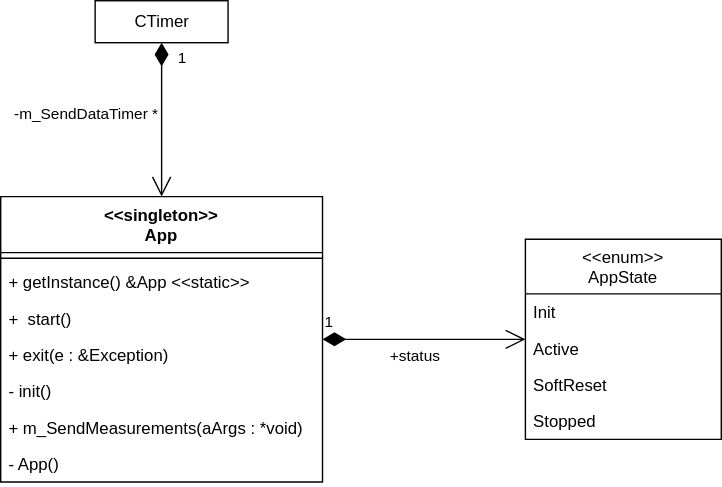
This is uml/app.drawio.svg from SenseBoxTI/FirmwareDesign, a draw.io export, as it was before one commit. Source tidied: cells renumbered, new cells last; positions are measured from the earlier drawing's top-left corner, leaving out a move shared by most shapes. Source of this version:
```xml
<mxGraphModel>
  <root>
    <mxCell id="0" />
    <mxCell id="1" parent="0" />
    <mxCell id="2" value="&lt;&lt;singleton&gt;&gt;&#10;App" style="swimlane;fontStyle=1;align=center;verticalAlign=top;horizontal=1;startSize=40;" parent="1" vertex="1">
      <mxGeometry y="140" width="230" height="204" as="geometry" />
    </mxCell>
    <mxCell id="3" style="line;strokeWidth=1;fillColor=none;align=left;verticalAlign=middle;spacingTop=-1;spacingLeft=3;spacingRight=3;labelPosition=right;" parent="2" vertex="1">
      <mxGeometry y="40" width="230" height="8" as="geometry" />
    </mxCell>
    <mxCell id="4" value="+ getInstance() &amp;App &lt;&lt;static&gt;&gt;" style="text;strokeColor=none;fillColor=none;align=left;verticalAlign=top;spacingLeft=4;spacingRight=4;overflow=hidden;" parent="2" vertex="1">
      <mxGeometry y="48" width="230" height="26" as="geometry" />
    </mxCell>
    <mxCell id="5" value="+  start()" style="text;strokeColor=none;fillColor=none;align=left;verticalAlign=top;spacingLeft=4;spacingRight=4;overflow=hidden;" parent="2" vertex="1">
      <mxGeometry y="74" width="230" height="26" as="geometry" />
    </mxCell>
    <mxCell id="6" value="+ exit(e : &amp;Exception)" style="text;strokeColor=none;fillColor=none;align=left;verticalAlign=top;spacingLeft=4;spacingRight=4;overflow=hidden;" parent="2" vertex="1">
      <mxGeometry y="100" width="230" height="26" as="geometry" />
    </mxCell>
    <mxCell id="7" value="- init()" style="text;strokeColor=none;fillColor=none;align=left;verticalAlign=top;spacingLeft=4;spacingRight=4;overflow=hidden;" parent="2" vertex="1">
      <mxGeometry y="126" width="230" height="26" as="geometry" />
    </mxCell>
    <mxCell id="8" value="+ m_SendMeasurements(aArgs : *void)" style="text;strokeColor=none;fillColor=none;align=left;verticalAlign=top;spacingLeft=4;spacingRight=4;overflow=hidden;" parent="2" vertex="1">
      <mxGeometry y="152" width="230" height="26" as="geometry" />
    </mxCell>
    <mxCell id="9" value="- App()" style="text;strokeColor=none;fillColor=none;align=left;verticalAlign=top;spacingLeft=4;spacingRight=4;overflow=hidden;" parent="2" vertex="1">
      <mxGeometry y="178" width="230" height="26" as="geometry" />
    </mxCell>
    <mxCell id="10" value="&lt;&lt;enum&gt;&gt;&#10;AppState" style="swimlane;fontStyle=0;horizontal=1;startSize=39;fillColor=none;" parent="1" vertex="1">
      <mxGeometry x="375" y="170.5" width="140" height="143" as="geometry" />
    </mxCell>
    <mxCell id="11" value="Init" style="text;strokeColor=none;fillColor=none;align=left;verticalAlign=top;spacingLeft=4;spacingRight=4;overflow=hidden;" parent="10" vertex="1">
      <mxGeometry y="39" width="140" height="26" as="geometry" />
    </mxCell>
    <mxCell id="12" value="Active&#10;" style="text;strokeColor=none;fillColor=none;align=left;verticalAlign=top;spacingLeft=4;spacingRight=4;overflow=hidden;" parent="10" vertex="1">
      <mxGeometry y="65" width="140" height="26" as="geometry" />
    </mxCell>
    <mxCell id="13" value="SoftReset" style="text;strokeColor=none;fillColor=none;align=left;verticalAlign=top;spacingLeft=4;spacingRight=4;overflow=hidden;" parent="10" vertex="1">
      <mxGeometry y="91" width="140" height="26" as="geometry" />
    </mxCell>
    <mxCell id="14" value="Stopped" style="text;strokeColor=none;fillColor=none;align=left;verticalAlign=top;spacingLeft=4;spacingRight=4;overflow=hidden;" parent="10" vertex="1">
      <mxGeometry y="117" width="140" height="26" as="geometry" />
    </mxCell>
    <mxCell id="15" value="CTimer" style="html=1;" parent="1" vertex="1">
      <mxGeometry x="67.5" width="95" height="30" as="geometry" />
    </mxCell>
    <mxCell id="16" value="1" style="endArrow=open;html=1;endSize=12;startArrow=diamondThin;startSize=14;startFill=1;edgeStyle=orthogonalEdgeStyle;align=left;verticalAlign=bottom;" parent="1" edge="1">
      <mxGeometry x="-0.64" y="10" relative="1" as="geometry">
        <mxPoint x="115" y="30" as="sourcePoint" />
        <mxPoint x="115" y="140" as="targetPoint" />
      </mxGeometry>
    </mxCell>
    <mxCell id="17" value="-m_SendDataTimer *" style="edgeLabel;html=1;align=center;verticalAlign=middle;" parent="16" vertex="1">
      <mxGeometry x="-0.18" relative="1" as="geometry">
        <mxPoint x="-55" y="5" as="offset" />
      </mxGeometry>
    </mxCell>
    <mxCell id="18" value="1" style="endArrow=open;html=1;endSize=12;startArrow=diamondThin;startSize=14;startFill=1;edgeStyle=orthogonalEdgeStyle;align=left;verticalAlign=bottom;" parent="1" edge="1" source="2" target="10">
      <mxGeometry x="-1" y="3" relative="1" as="geometry" />
    </mxCell>
    <mxCell id="19" value="+status" style="edgeLabel;html=1;align=center;verticalAlign=middle;" parent="18" vertex="1">
      <mxGeometry x="-0.82" relative="1" as="geometry">
        <mxPoint x="52" y="11" as="offset" />
      </mxGeometry>
    </mxCell>
  </root>
</mxGraphModel>
```
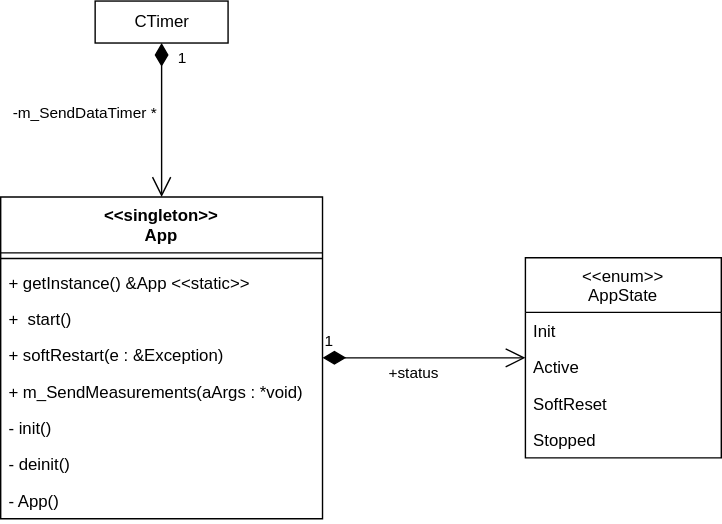
After the change.

What changed in the source:
```diff
@@ -3,7 +3,7 @@
     <mxCell id="0" />
     <mxCell id="1" parent="0" />
     <mxCell id="2" value="&lt;&lt;singleton&gt;&gt;&#10;App" style="swimlane;fontStyle=1;align=center;verticalAlign=top;horizontal=1;startSize=40;" parent="1" vertex="1">
-      <mxGeometry y="140" width="230" height="204" as="geometry" />
+      <mxGeometry y="140" width="230" height="230" as="geometry" />
     </mxCell>
     <mxCell id="3" style="line;strokeWidth=1;fillColor=none;align=left;verticalAlign=middle;spacingTop=-1;spacingLeft=3;spacingRight=3;labelPosition=right;" parent="2" vertex="1">
       <mxGeometry y="40" width="230" height="8" as="geometry" />
@@ -14,20 +14,23 @@
     <mxCell id="5" value="+  start()" style="text;strokeColor=none;fillColor=none;align=left;verticalAlign=top;spacingLeft=4;spacingRight=4;overflow=hidden;" parent="2" vertex="1">
       <mxGeometry y="74" width="230" height="26" as="geometry" />
     </mxCell>
+    <mxCell id="20" value="+ softRestart(e : &amp;Exception)" style="text;strokeColor=none;fillColor=none;align=left;verticalAlign=top;spacingLeft=4;spacingRight=4;overflow=hidden;" parent="2" vertex="1">
+      <mxGeometry y="100" width="230" height="26" as="geometry" />
+    </mxCell>
+    <mxCell id="8" value="+ m_SendMeasurements(aArgs : *void)" style="text;strokeColor=none;fillColor=none;align=left;verticalAlign=top;spacingLeft=4;spacingRight=4;overflow=hidden;" parent="2" vertex="1">
+      <mxGeometry y="126" width="230" height="26" as="geometry" />
+    </mxCell>
+    <mxCell id="7" value="- init()" style="text;strokeColor=none;fillColor=none;align=left;verticalAlign=top;spacingLeft=4;spacingRight=4;overflow=hidden;" parent="2" vertex="1">
+      <mxGeometry y="152" width="230" height="26" as="geometry" />
+    </mxCell>
-    <mxCell id="6" value="+ exit(e : &amp;Exception)" style="text;strokeColor=none;fillColor=none;align=left;verticalAlign=top;spacingLeft=4;spacingRight=4;overflow=hidden;" parent="2" vertex="1">
-      <mxGeometry y="100" width="230" height="26" as="geometry" />
+    <mxCell id="6" value="- deinit()" style="text;strokeColor=none;fillColor=none;align=left;verticalAlign=top;spacingLeft=4;spacingRight=4;overflow=hidden;" parent="2" vertex="1">
+      <mxGeometry y="178" width="230" height="26" as="geometry" />
     </mxCell>
-    <mxCell id="7" value="- init()" style="text;strokeColor=none;fillColor=none;align=left;verticalAlign=top;spacingLeft=4;spacingRight=4;overflow=hidden;" parent="2" vertex="1">
-      <mxGeometry y="126" width="230" height="26" as="geometry" />
-    </mxCell>
-    <mxCell id="8" value="+ m_SendMeasurements(aArgs : *void)" style="text;strokeColor=none;fillColor=none;align=left;verticalAlign=top;spacingLeft=4;spacingRight=4;overflow=hidden;" parent="2" vertex="1">
-      <mxGeometry y="152" width="230" height="26" as="geometry" />
-    </mxCell>
     <mxCell id="9" value="- App()" style="text;strokeColor=none;fillColor=none;align=left;verticalAlign=top;spacingLeft=4;spacingRight=4;overflow=hidden;" parent="2" vertex="1">
-      <mxGeometry y="178" width="230" height="26" as="geometry" />
+      <mxGeometry y="204" width="230" height="26" as="geometry" />
     </mxCell>
     <mxCell id="10" value="&lt;&lt;enum&gt;&gt;&#10;AppState" style="swimlane;fontStyle=0;horizontal=1;startSize=39;fillColor=none;" parent="1" vertex="1">
-      <mxGeometry x="375" y="170.5" width="140" height="143" as="geometry" />
+      <mxGeometry x="375" y="183.5" width="140" height="143" as="geometry" />
     </mxCell>
     <mxCell id="11" value="Init" style="text;strokeColor=none;fillColor=none;align=left;verticalAlign=top;spacingLeft=4;spacingRight=4;overflow=hidden;" parent="10" vertex="1">
       <mxGeometry y="39" width="140" height="26" as="geometry" />
```
